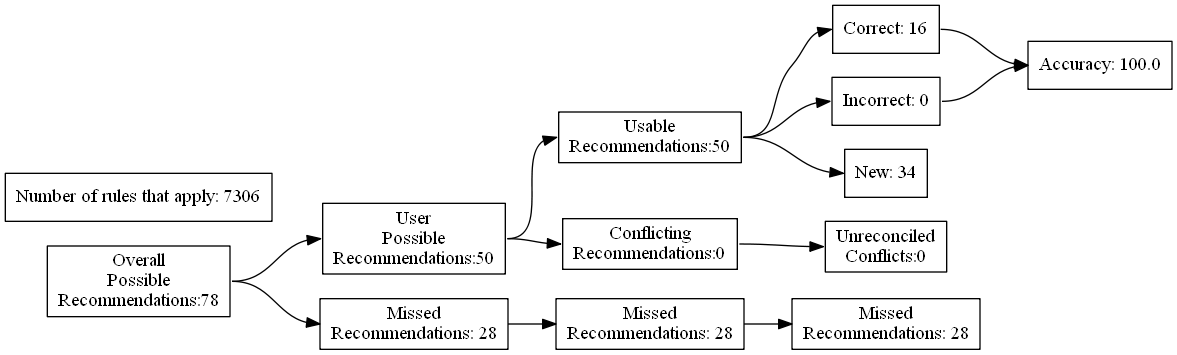
Earlier version of the Graphviz export test_renders/112.gv.png (ZaxR/ibd_diet_analysis). Its source is kept beside it as test_renders/112.gv.
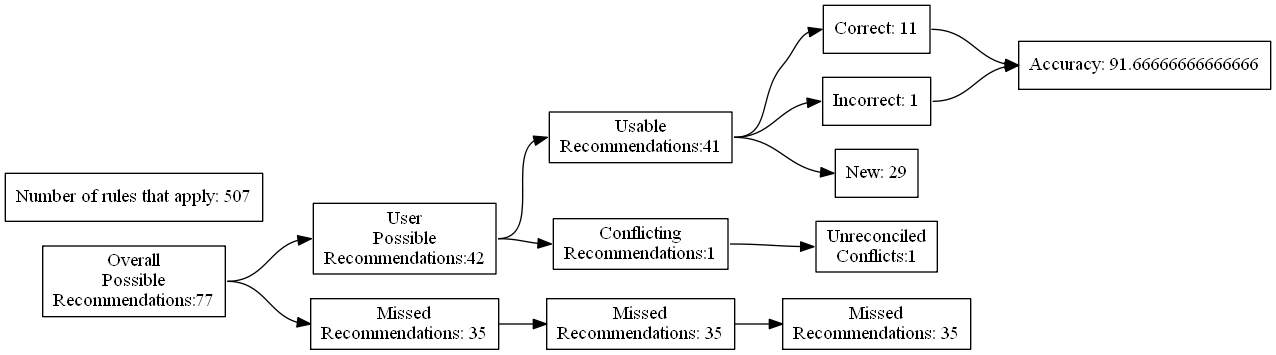
The same diagram one commit later.

Diff of the diagram source:
```diff
@@ -4,27 +4,27 @@
 	edge [headport=w tailport=e]
 		A [label="Overall
 Possible
-Recommendations:78"]
+Recommendations:77"]
 		B [label="User
 Possible
-Recommendations:50"]
+Recommendations:42"]
 		C [label="Missed
-Recommendations: 28"]
+Recommendations: 35"]
 		D [label="Usable
-Recommendations:50"]
+Recommendations:41"]
 		E [label="Conflicting
-Recommendations:0"]
+Recommendations:1"]
 		J [label="Missed
-Recommendations: 28"]
+Recommendations: 35"]
 		M [label="Unreconciled
-Conflicts:0"]
-		F [label="Correct: 16"]
-		G [label="Incorrect: 0"]
-		H [label="New: 34"]
+Conflicts:1"]
+		F [label="Correct: 11"]
+		G [label="Incorrect: 1"]
+		H [label="New: 29"]
 		K [label="Missed
-Recommendations: 28"]
-		I [label="Accuracy: 100.0"]
-		l [label="Number of rules that apply: 7306"]
+Recommendations: 35"]
+		I [label="Accuracy: 91.66666666666666"]
+		l [label="Number of rules that apply: 507"]
 			A -> B
 			A -> C
 			B -> D
```
